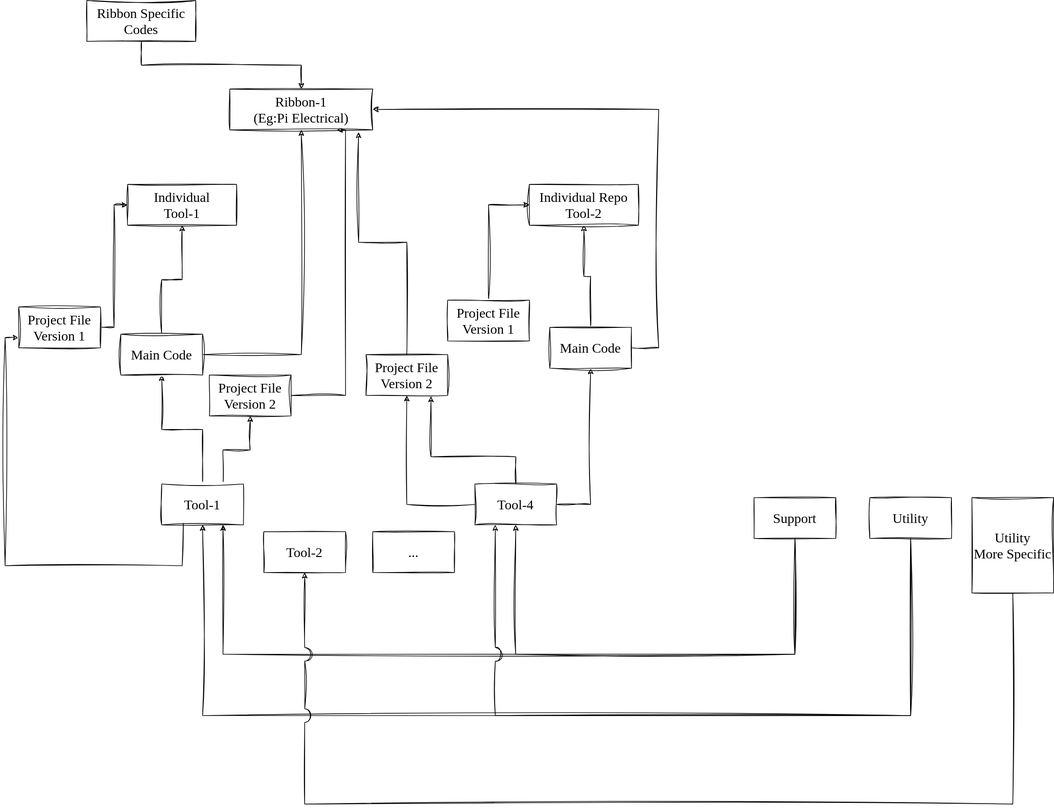
Earlier version of the draw.io export Docs/GitHub Structure Brainstorming.drawio.svg (Pinnacle-Sahin/Pinnacle-Sahin). Source tidied: cells renumbered, new cells last; positions are measured from the earlier drawing's top-left corner, leaving out a move shared by most shapes.
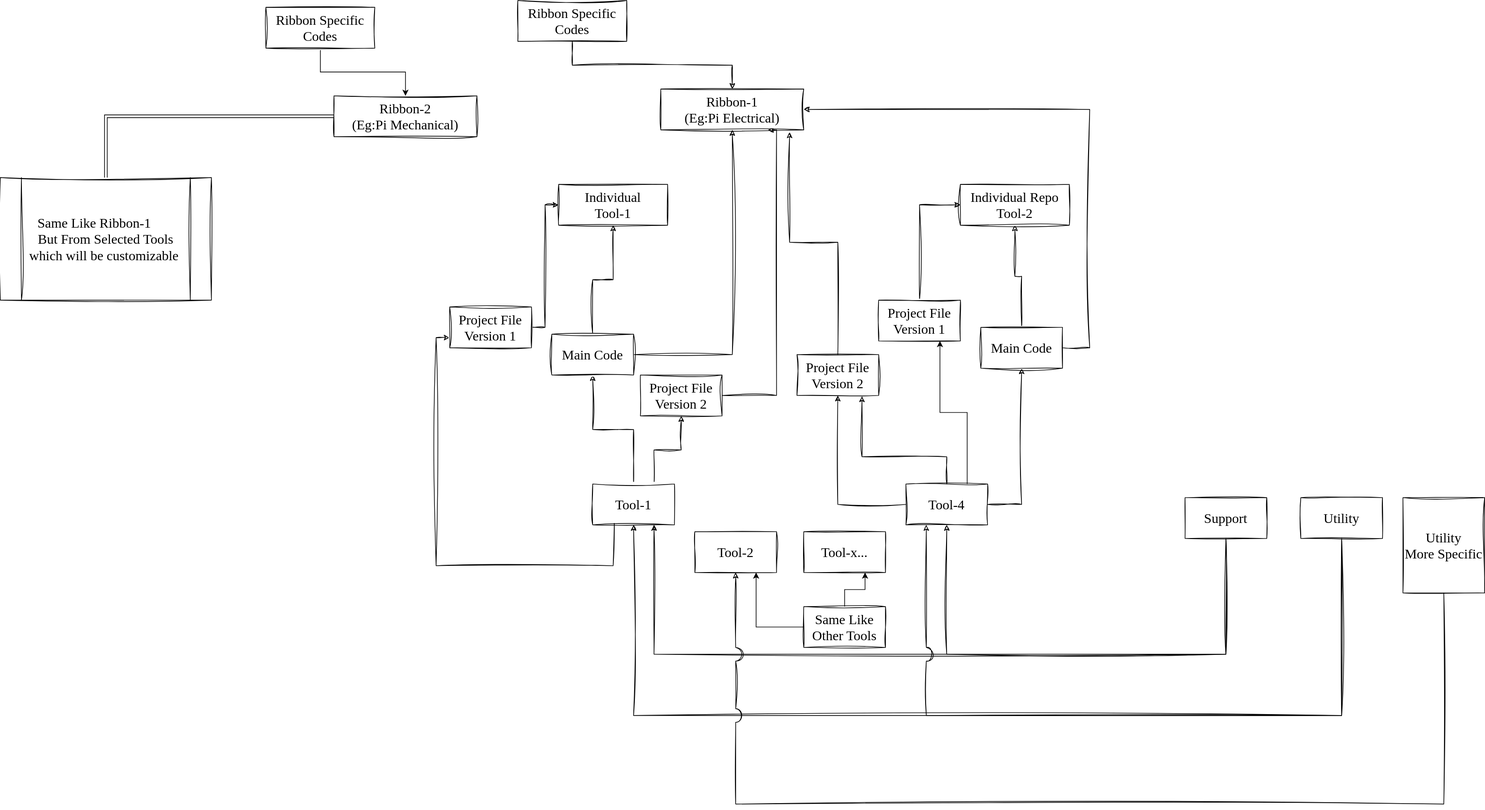
Later version of the same file.

Change to the diagram source:
```diff
@@ -30,7 +30,7 @@
     <mxCell id="6" value="Tool-1" style="rounded=0;whiteSpace=wrap;html=1;sketch=1;hachureGap=4;jiggle=2;curveFitting=1;fontFamily=Verdana;fontSize=20;direction=east;horizontal=1;" parent="1" vertex="1">
       <mxGeometry x="230" y="710" width="120" height="60" as="geometry" />
     </mxCell>
-    <mxCell id="7" value="..." style="rounded=0;whiteSpace=wrap;html=1;sketch=1;hachureGap=4;jiggle=2;curveFitting=1;fontFamily=Verdana;fontSize=20;horizontal=1;" parent="1" vertex="1">
+    <mxCell id="7" value="Tool-x..." style="rounded=0;whiteSpace=wrap;html=1;sketch=1;hachureGap=4;jiggle=2;curveFitting=1;fontFamily=Verdana;fontSize=20;horizontal=1;" parent="1" vertex="1">
       <mxGeometry x="540" y="780" width="120" height="60" as="geometry" />
     </mxCell>
     <mxCell id="8" style="edgeStyle=orthogonalEdgeStyle;rounded=0;sketch=1;hachureGap=4;jiggle=2;curveFitting=1;jettySize=auto;html=1;entryX=0.5;entryY=1;entryDx=0;entryDy=0;fontFamily=Verdana;fontSize=16;jumpStyle=arc;jumpSize=20;" parent="1" edge="1" source="11" target="26">
@@ -51,6 +51,9 @@
         </Array>
       </mxGeometry>
     </mxCell>
+    <mxCell id="39" style="edgeStyle=elbowEdgeStyle;rounded=0;sketch=0;hachureGap=4;jiggle=2;curveFitting=1;jumpStyle=arc;jumpSize=20;jettySize=auto;elbow=vertical;html=1;entryX=0.75;entryY=1;entryDx=0;entryDy=0;sketchStyle=rough;strokeColor=default;fontFamily=Verdana;fontSize=16;exitX=0.75;exitY=0;exitDx=0;exitDy=0;" parent="1" edge="1" source="11" target="24">
+      <mxGeometry relative="1" as="geometry" />
+    </mxCell>
     <mxCell id="11" value="Tool-4" style="rounded=0;whiteSpace=wrap;html=1;sketch=1;hachureGap=4;jiggle=2;curveFitting=1;fontFamily=Verdana;fontSize=20;horizontal=1;" parent="1" vertex="1">
       <mxGeometry x="690" y="710" width="120" height="60" as="geometry" />
     </mxCell>
@@ -164,5 +167,38 @@
     <mxCell id="38" value="Utility&lt;br&gt;More Specific" style="rounded=0;whiteSpace=wrap;html=1;sketch=1;hachureGap=4;jiggle=2;curveFitting=1;fontFamily=Verdana;fontSize=20;horizontal=1;" parent="1" vertex="1">
       <mxGeometry x="1420" y="730" width="120" height="140" as="geometry" />
     </mxCell>
+    <mxCell id="40" style="edgeStyle=elbowEdgeStyle;rounded=0;sketch=0;hachureGap=4;jiggle=2;curveFitting=1;jumpStyle=arc;jumpSize=20;jettySize=auto;elbow=vertical;html=1;sketchStyle=rough;strokeColor=default;fontFamily=Verdana;fontSize=16;" parent="1" edge="1" source="42" target="2">
+      <mxGeometry relative="1" as="geometry">
+        <Array as="points">
+          <mxPoint x="470" y="920" />
+          <mxPoint x="460" y="900" />
+        </Array>
+      </mxGeometry>
+    </mxCell>
+    <mxCell id="41" style="edgeStyle=elbowEdgeStyle;rounded=0;sketch=0;hachureGap=4;jiggle=2;curveFitting=1;jumpStyle=arc;jumpSize=20;jettySize=auto;elbow=vertical;html=1;entryX=0.75;entryY=1;entryDx=0;entryDy=0;sketchStyle=rough;strokeColor=default;fontFamily=Verdana;fontSize=16;" parent="1" edge="1" source="42" target="7">
+      <mxGeometry relative="1" as="geometry" />
+    </mxCell>
+    <mxCell id="42" value="Same Like Other Tools" style="rounded=0;whiteSpace=wrap;html=1;sketch=1;hachureGap=4;jiggle=2;curveFitting=1;fontFamily=Verdana;fontSize=20;horizontal=1;" parent="1" vertex="1">
+      <mxGeometry x="540" y="890" width="120" height="60" as="geometry" />
+    </mxCell>
+    <mxCell id="43" value="&lt;div&gt;Ribbon-2&lt;/div&gt;&lt;div&gt;(Eg:Pi Mechanical)&lt;br&gt;&lt;/div&gt;" style="rounded=0;whiteSpace=wrap;html=1;sketch=1;hachureGap=4;jiggle=2;curveFitting=1;fontFamily=Verdana;fontSize=20;direction=east;horizontal=1;fontStyle=0;" parent="1" vertex="1">
+      <mxGeometry x="-150" y="140" width="210" height="60" as="geometry" />
+    </mxCell>
+    <mxCell id="44" style="edgeStyle=elbowEdgeStyle;rounded=0;sketch=0;hachureGap=4;jiggle=2;curveFitting=1;jumpStyle=arc;jumpSize=20;jettySize=auto;elbow=vertical;html=1;entryX=0;entryY=0.5;entryDx=0;entryDy=0;sketchStyle=rough;strokeColor=default;fontFamily=Verdana;fontSize=16;shape=link;" parent="1" edge="1" source="45" target="43">
+      <mxGeometry relative="1" as="geometry">
+        <Array as="points">
+          <mxPoint x="-270" y="170" />
+        </Array>
+      </mxGeometry>
+    </mxCell>
+    <mxCell id="45" value="&lt;div&gt;Same Like Ribbon-1&lt;span style=&quot;white-space: pre;&quot;&gt;&#9;&lt;/span&gt;&lt;/div&gt;&lt;div&gt;But From Selected Tools which will be customizable&amp;nbsp; &lt;/div&gt;" style="shape=process;whiteSpace=wrap;html=1;backgroundOutline=1;rounded=0;sketch=1;hachureGap=4;jiggle=2;curveFitting=1;fontFamily=Verdana;fontSize=20;fillColor=none;" parent="1" vertex="1">
+      <mxGeometry x="-640" y="260" width="310" height="180" as="geometry" />
+    </mxCell>
+    <mxCell id="46" style="edgeStyle=elbowEdgeStyle;rounded=0;sketch=0;hachureGap=4;jiggle=2;curveFitting=1;jumpStyle=arc;jumpSize=20;jettySize=auto;elbow=vertical;html=1;entryX=0.5;entryY=0;entryDx=0;entryDy=0;sketchStyle=rough;strokeColor=default;fontFamily=Verdana;fontSize=16;" parent="1" edge="1" source="47" target="43">
+      <mxGeometry relative="1" as="geometry" />
+    </mxCell>
+    <mxCell id="47" value="Ribbon Specific Codes" style="rounded=0;whiteSpace=wrap;html=1;sketch=1;hachureGap=4;jiggle=2;curveFitting=1;fontFamily=Verdana;fontSize=20;direction=east;horizontal=1;" parent="1" vertex="1">
+      <mxGeometry x="-250" y="10" width="160" height="60" as="geometry" />
+    </mxCell>
   </root>
 </mxGraphModel>
```
